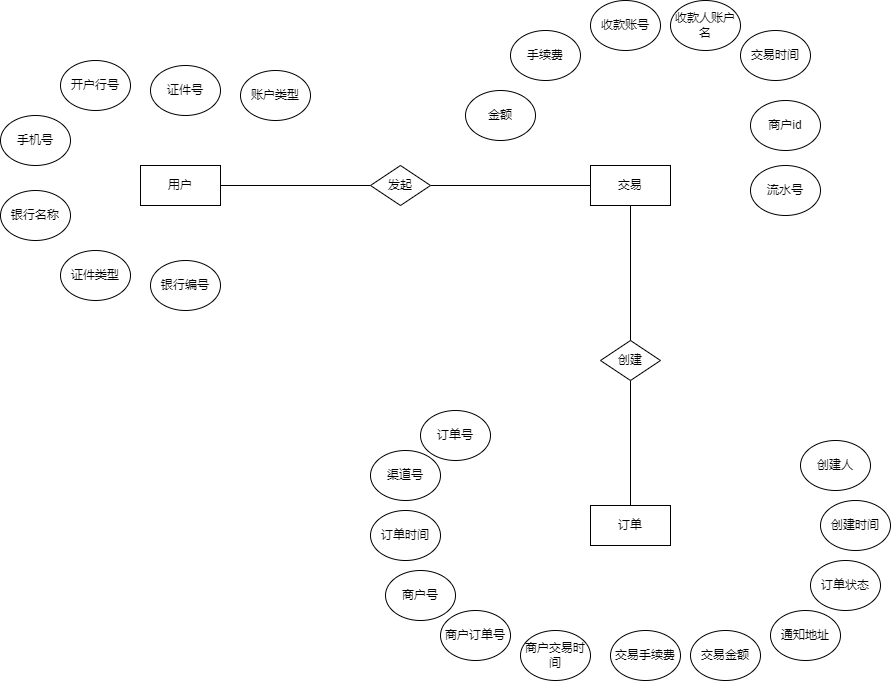
Above: 代付E-R图1.png in songyibo2019/mydiagrams (draw.io), before the change. Source tidied: cells renumbered, new cells last; positions are measured from the earlier drawing's top-left corner, leaving out a move shared by most shapes.
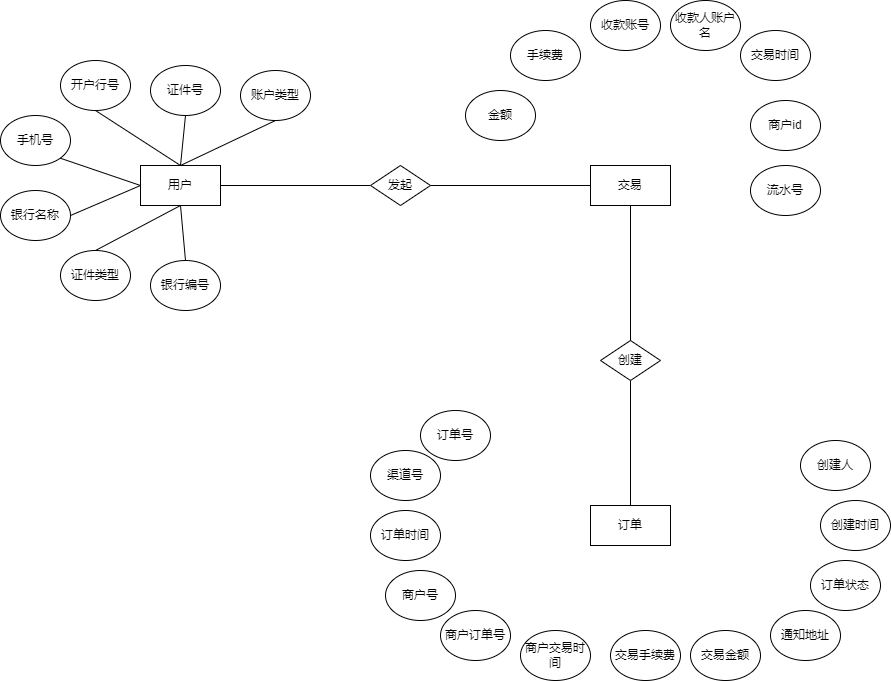
Above is the later version.

The edit, as a diff of the source:
```diff
@@ -107,5 +107,26 @@
     <mxCell id="36" value="流水号" style="ellipse;whiteSpace=wrap;html=1;" parent="1" vertex="1">
       <mxGeometry x="750" y="165" width="70" height="50" as="geometry" />
     </mxCell>
+    <mxCell id="37" style="endArrow=none;html=1;rounded=0;entryX=0.5;entryY=1;entryDx=0;entryDy=0;exitX=0.5;exitY=0;exitDx=0;exitDy=0;" parent="1" edge="1" source="2" target="11">
+      <mxGeometry relative="1" as="geometry" />
+    </mxCell>
+    <mxCell id="38" style="endArrow=none;html=1;rounded=0;entryX=0.5;entryY=1;entryDx=0;entryDy=0;exitX=0.5;exitY=0;exitDx=0;exitDy=0;" parent="1" edge="1" source="2" target="18">
+      <mxGeometry relative="1" as="geometry" />
+    </mxCell>
+    <mxCell id="39" style="endArrow=none;html=1;rounded=0;entryX=0.5;entryY=1;entryDx=0;entryDy=0;exitX=0.5;exitY=0;exitDx=0;exitDy=0;" parent="1" edge="1" source="2" target="12">
+      <mxGeometry relative="1" as="geometry" />
+    </mxCell>
+    <mxCell id="40" style="endArrow=none;html=1;rounded=0;exitX=1;exitY=1;exitDx=0;exitDy=0;entryX=0;entryY=0.5;entryDx=0;entryDy=0;" parent="1" edge="1" source="14" target="2">
+      <mxGeometry relative="1" as="geometry" />
+    </mxCell>
+    <mxCell id="41" style="endArrow=none;html=1;rounded=0;exitX=1;exitY=0.5;exitDx=0;exitDy=0;entryX=0;entryY=0.5;entryDx=0;entryDy=0;" parent="1" edge="1" source="15" target="2">
+      <mxGeometry relative="1" as="geometry" />
+    </mxCell>
+    <mxCell id="42" style="endArrow=none;html=1;rounded=0;exitX=0.5;exitY=0;exitDx=0;exitDy=0;entryX=0.5;entryY=1;entryDx=0;entryDy=0;" parent="1" edge="1" source="17" target="2">
+      <mxGeometry relative="1" as="geometry" />
+    </mxCell>
+    <mxCell id="43" style="endArrow=none;html=1;rounded=0;exitX=0.5;exitY=0;exitDx=0;exitDy=0;entryX=0.5;entryY=1;entryDx=0;entryDy=0;" parent="1" edge="1" source="35" target="2">
+      <mxGeometry relative="1" as="geometry" />
+    </mxCell>
   </root>
 </mxGraphModel>
```
